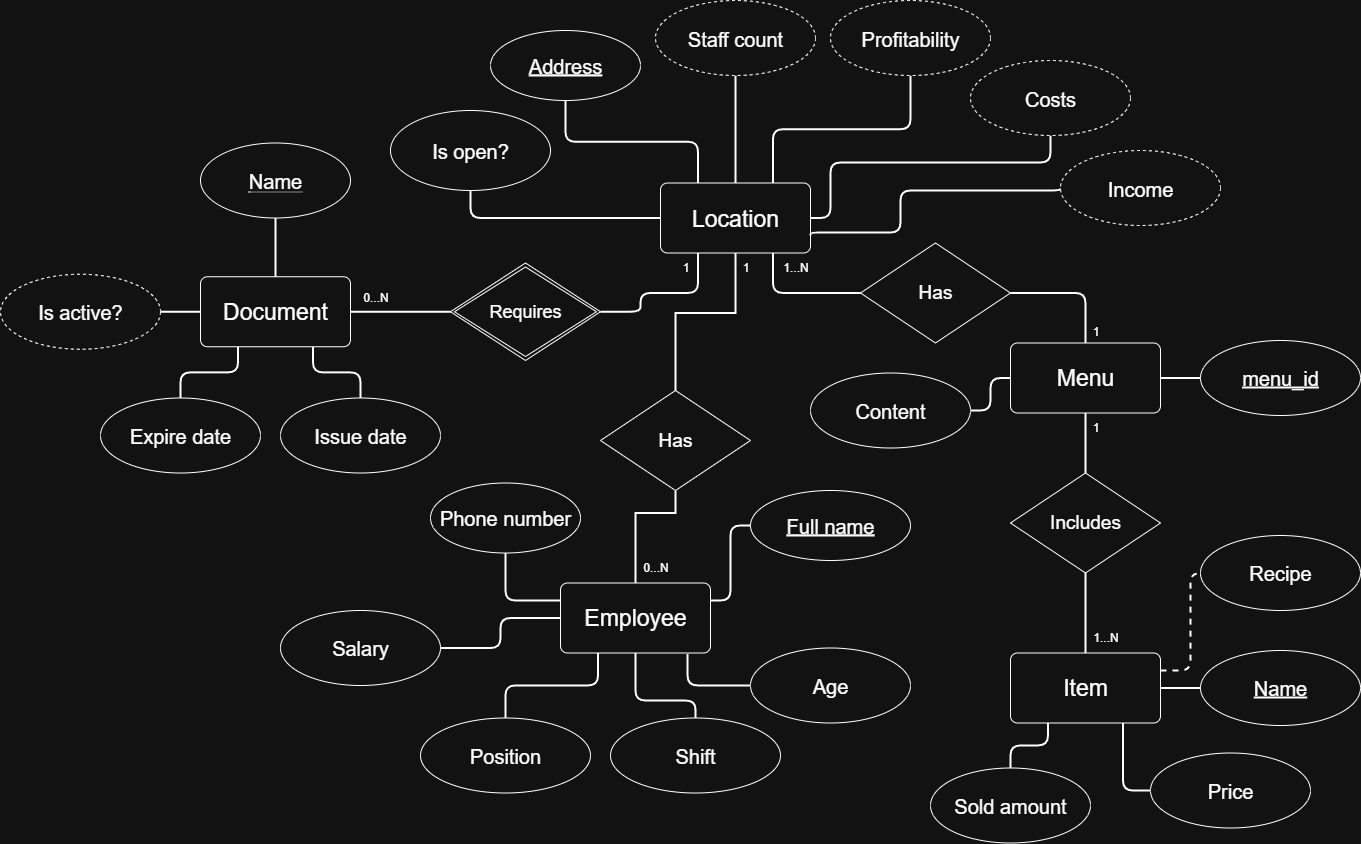
Above: lab1/diagrams/chen/chen.drawio.png in MihajloVat/KPI_labs_3_sem (draw.io), before the change. Source tidied: cells renumbered, new cells last; positions are measured from the earlier drawing's top-left corner, leaving out a move shared by most shapes.
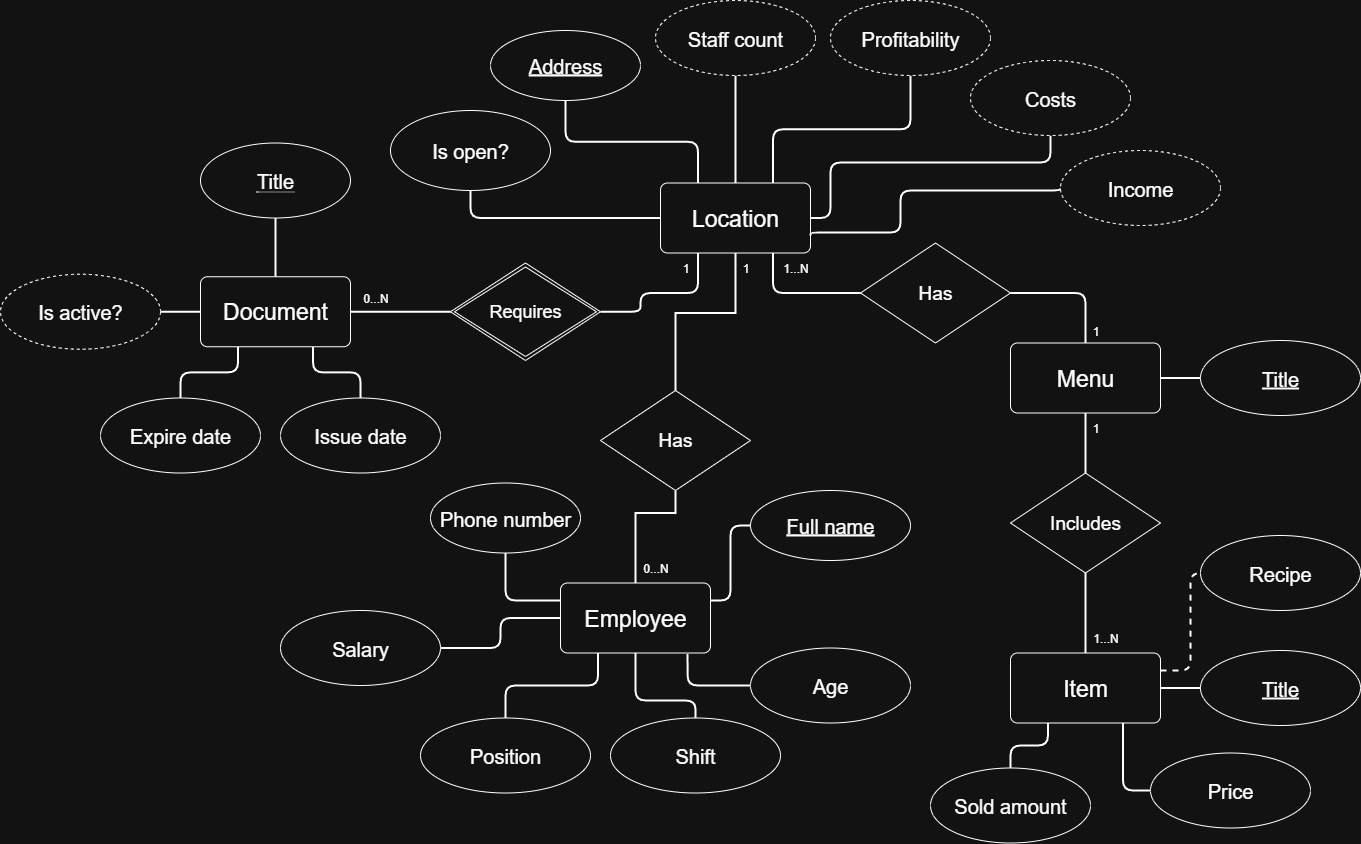
Above is the later version.

Commit message:
READMES, new chen, almost uml

The edit, as a diff of the source:
```diff
@@ -70,9 +70,6 @@
     <mxCell id="18" style="edgeStyle=orthogonalEdgeStyle;rounded=1;jettySize=auto;html=1;exitX=1;exitY=0.5;exitDx=0;exitDy=0;entryX=0;entryY=0.5;entryDx=0;entryDy=0;curved=0;strokeWidth=2;endArrow=none;endFill=0;" parent="1" edge="1" source="20" target="45">
       <mxGeometry relative="1" as="geometry" />
     </mxCell>
-    <mxCell id="19" style="edgeStyle=orthogonalEdgeStyle;rounded=1;jettySize=auto;html=1;exitX=0;exitY=0.5;exitDx=0;exitDy=0;entryX=1;entryY=0.5;entryDx=0;entryDy=0;curved=0;strokeWidth=2;endArrow=none;endFill=0;" parent="1" edge="1" source="20" target="65">
-      <mxGeometry relative="1" as="geometry" />
-    </mxCell>
     <mxCell id="20" value="&lt;span style=&quot;font-size: 23px;&quot;&gt;Menu&lt;/span&gt;" style="rounded=1;arcSize=10;whiteSpace=wrap;html=1;align=center;" parent="1" vertex="1">
       <mxGeometry x="1010" y="342.5" width="150" height="70" as="geometry" />
     </mxCell>
@@ -142,7 +139,7 @@
     <mxCell id="35" value="&lt;span style=&quot;font-size: 20px;&quot;&gt;Issue date&lt;/span&gt;" style="ellipse;whiteSpace=wrap;html=1;align=center;" parent="1" vertex="1">
       <mxGeometry x="280" y="397.5" width="160" height="75" as="geometry" />
     </mxCell>
-    <mxCell id="36" value="&lt;span style=&quot;border-bottom: 1px dotted&quot;&gt;&lt;font style=&quot;font-size: 20px;&quot;&gt;Name&lt;/font&gt;&lt;/span&gt;" style="ellipse;whiteSpace=wrap;html=1;align=center;" parent="1" vertex="1">
+    <mxCell id="36" value="&lt;span style=&quot;border-bottom: 1px dotted&quot;&gt;&lt;font style=&quot;font-size: 20px;&quot;&gt;Title&lt;/font&gt;&lt;/span&gt;" style="ellipse;whiteSpace=wrap;html=1;align=center;" parent="1" vertex="1">
       <mxGeometry x="200" y="142.5" width="150" height="75" as="geometry" />
     </mxCell>
     <mxCell id="37" value="&lt;u style=&quot;font-size: 20px;&quot;&gt;Address&lt;/u&gt;" style="ellipse;whiteSpace=wrap;html=1;align=center;fontStyle=4;" parent="1" vertex="1">
@@ -169,10 +166,10 @@
     <mxCell id="44" value="&lt;font style=&quot;font-size: 19px;&quot;&gt;Has&lt;/font&gt;" style="shape=rhombus;perimeter=rhombusPerimeter;whiteSpace=wrap;html=1;align=center;" parent="1" vertex="1">
       <mxGeometry x="600" y="390" width="150" height="100" as="geometry" />
     </mxCell>
-    <mxCell id="45" value="&lt;span style=&quot;font-size: 20px;&quot;&gt;&lt;u&gt;menu_id&lt;/u&gt;&lt;/span&gt;" style="ellipse;whiteSpace=wrap;html=1;align=center;" parent="1" vertex="1">
+    <mxCell id="45" value="&lt;span style=&quot;font-size: 20px;&quot;&gt;&lt;u&gt;Title&lt;/u&gt;&lt;/span&gt;" style="ellipse;whiteSpace=wrap;html=1;align=center;" parent="1" vertex="1">
       <mxGeometry x="1200" y="340" width="160" height="75" as="geometry" />
     </mxCell>
-    <mxCell id="46" value="&lt;span style=&quot;font-size: 20px;&quot;&gt;&lt;u&gt;Name&lt;/u&gt;&lt;/span&gt;" style="ellipse;whiteSpace=wrap;html=1;align=center;" parent="1" vertex="1">
+    <mxCell id="46" value="&lt;span style=&quot;font-size: 20px;&quot;&gt;&lt;u&gt;Title&lt;/u&gt;&lt;/span&gt;" style="ellipse;whiteSpace=wrap;html=1;align=center;" parent="1" vertex="1">
       <mxGeometry x="1200" y="650" width="160" height="75" as="geometry" />
     </mxCell>
     <mxCell id="47" style="edgeStyle=orthogonalEdgeStyle;rounded=1;jettySize=auto;html=1;exitX=1;exitY=0.5;exitDx=0;exitDy=0;entryX=0;entryY=0.5;entryDx=0;entryDy=0;strokeWidth=2;curved=0;endArrow=none;endFill=0;" parent="1" edge="1" source="24" target="46">
@@ -236,9 +233,6 @@
     <mxCell id="64" value="&lt;span style=&quot;font-size: 20px;&quot;&gt;Recipe&lt;/span&gt;" style="ellipse;whiteSpace=wrap;html=1;align=center;" parent="1" vertex="1">
       <mxGeometry x="1200" y="535" width="160" height="75" as="geometry" />
     </mxCell>
-    <mxCell id="65" value="&lt;span style=&quot;font-size: 20px;&quot;&gt;Content&lt;/span&gt;" style="ellipse;whiteSpace=wrap;html=1;align=center;" parent="1" vertex="1">
-      <mxGeometry x="810" y="372.5" width="160" height="75" as="geometry" />
-    </mxCell>
     <mxCell id="66" value="&lt;span style=&quot;font-size: 20px;&quot;&gt;Expire date&lt;/span&gt;" style="ellipse;whiteSpace=wrap;html=1;align=center;" parent="1" vertex="1">
       <mxGeometry x="100" y="397.5" width="160" height="75" as="geometry" />
     </mxCell>
```
